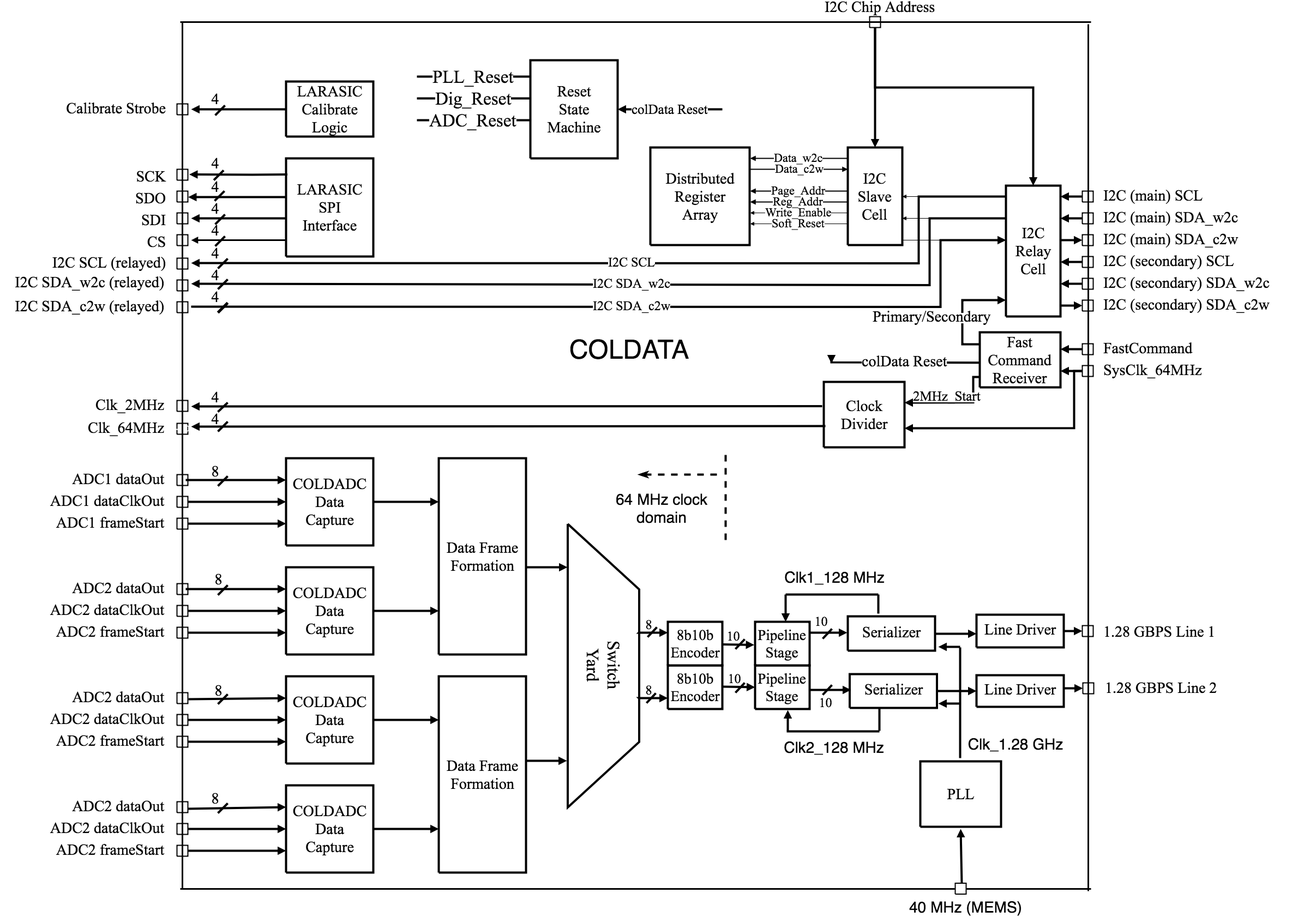
Above: graphics/sp-tpcelec-COLDATA-block-diagram.png in DUNE/dune-tdr (draw.io), before the change. Source tidied: cells renumbered, new cells last; positions are measured from the earlier drawing's top-left corner, leaving out a move shared by most shapes.
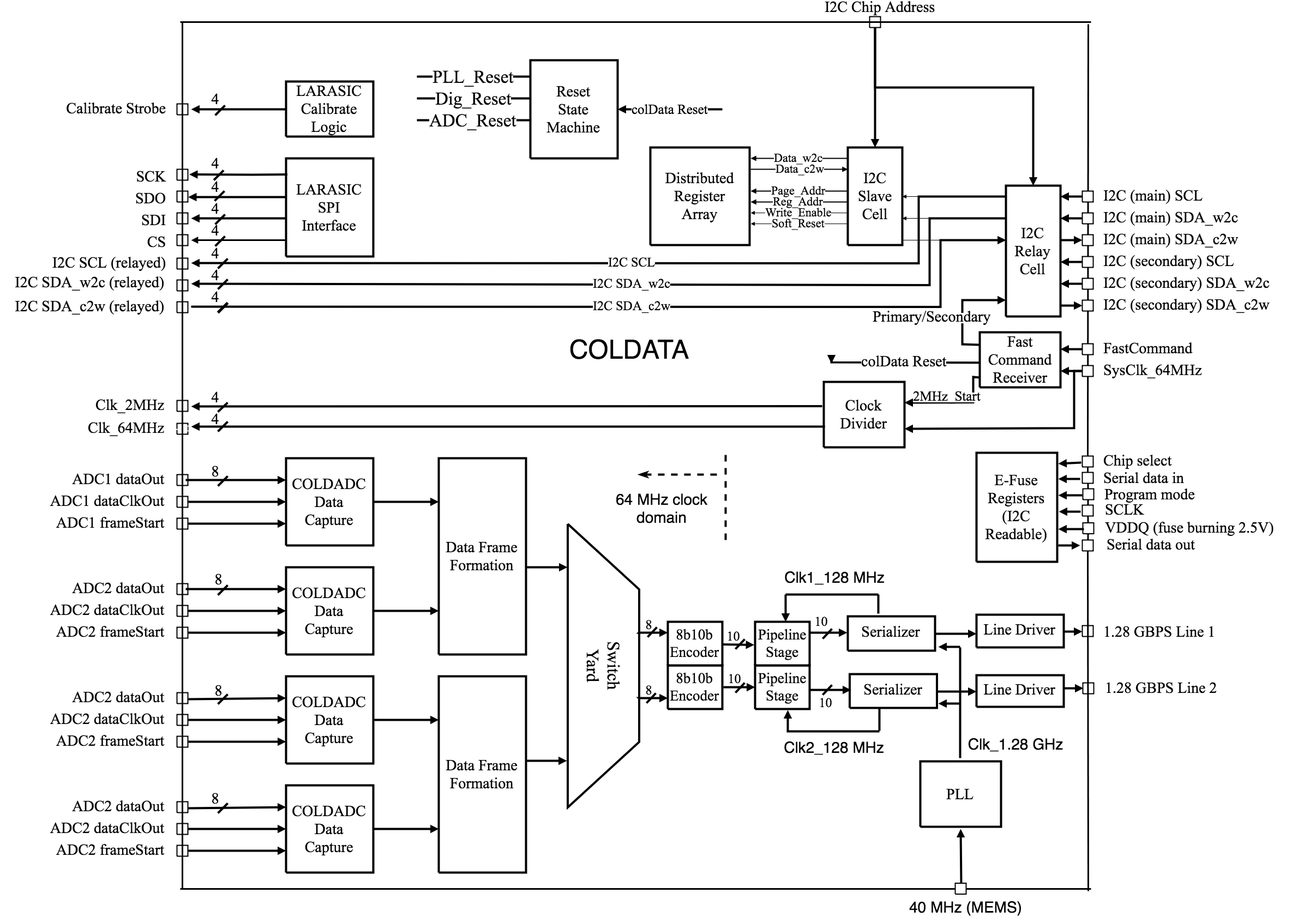
After the change.

Commit message:
New COLDATA block diagram figure for SP TPC Electronics chapter

What changed in the source:
```diff
@@ -2,6 +2,11 @@
   <root>
     <mxCell id="0" />
     <mxCell id="1" parent="0" />
+    <mxCell id="180" style="endArrow=none;html=1;strokeColor=#000000;strokeWidth=3;" parent="1" edge="1" source="239">
+      <mxGeometry relative="1" as="geometry">
+        <mxPoint x="1995" y="44" as="targetPoint" />
+      </mxGeometry>
+    </mxCell>
     <mxCell id="2" style="verticalAlign=middle;align=center;vsdxID=1;fillColor=#FFFFFF;gradientColor=none;shape=(stored shape, 160 characters);strokeColor=#000000;strokeWidth=2;labelBackgroundColor=none;rounded=0;html=1;whiteSpace=wrap;" parent="1" vertex="1">
       <mxGeometry x="1594" y="30" width="20" height="20" as="geometry" />
     </mxCell>
@@ -717,12 +722,6 @@
         <mxPoint x="2000" y="40" as="targetPoint" />
       </mxGeometry>
     </mxCell>
-    <mxCell id="180" style="endArrow=none;html=1;strokeColor=#000000;strokeWidth=3;" parent="1" edge="1">
-      <mxGeometry relative="1" as="geometry">
-        <mxPoint x="1995" y="1634" as="sourcePoint" />
-        <mxPoint x="1995" y="44" as="targetPoint" />
-      </mxGeometry>
-    </mxCell>
     <mxCell id="181" style="endArrow=none;html=1;strokeColor=#000000;strokeWidth=3;" parent="1" edge="1">
       <mxGeometry relative="1" as="geometry">
         <mxPoint x="330" y="1630" as="sourcePoint" />
@@ -929,5 +928,98 @@
     <mxCell id="227" value="&lt;font style=&quot;font-family: &amp;#34;calibri&amp;#34; ; direction: ltr ; letter-spacing: 0px ; line-height: 120% ; opacity: 1&quot;&gt;&lt;font style=&quot;font-size: 28px&quot;&gt;4&lt;/font&gt;&lt;br&gt;&lt;/font&gt;" style="verticalAlign=middle;align=center;vsdxID=171;fillColor=none;gradientColor=none;shape=(stored shape, 160 characters);strokeColor=none;labelBackgroundColor=none;rounded=0;html=1;whiteSpace=wrap;" parent="1" vertex="1">
       <mxGeometry x="384" y="496" width="20" height="20" as="geometry" />
     </mxCell>
+    <mxCell id="228" value="&lt;font style=&quot;font-size: 28px ; font-family: &amp;#34;calibri&amp;#34; ; direction: ltr ; letter-spacing: 0px ; line-height: 120% ; opacity: 1&quot;&gt;E-Fuse Registers (I2C Readable)&lt;br&gt;&lt;/font&gt;" style="verticalAlign=middle;align=center;vsdxID=31;fillColor=#FFFFFF;gradientColor=none;shape=(stored shape, 160 characters);strokeColor=#000000;labelBackgroundColor=none;rounded=0;html=1;whiteSpace=wrap;strokeWidth=4;" parent="1" vertex="1">
+      <mxGeometry x="1790" y="830" width="148" height="200" as="geometry" />
+    </mxCell>
+    <mxCell id="229" style="verticalAlign=middle;align=center;vsdxID=19;fillColor=#FFFFFF;gradientColor=none;shape=(stored shape, 160 characters);strokeColor=#000000;strokeWidth=2;labelBackgroundColor=none;rounded=0;html=1;whiteSpace=wrap;" parent="1" vertex="1">
+      <mxGeometry x="1984" y="866" width="20" height="20" as="geometry" />
+    </mxCell>
+    <mxCell id="230" style="endArrow=none;html=1;strokeColor=#000000;strokeWidth=3;" parent="1" edge="1" source="231" target="229">
+      <mxGeometry relative="1" as="geometry" />
+    </mxCell>
+    <mxCell id="231" style="verticalAlign=middle;align=center;vsdxID=19;fillColor=#FFFFFF;gradientColor=none;shape=(stored shape, 160 characters);strokeColor=#000000;strokeWidth=2;labelBackgroundColor=none;rounded=0;html=1;whiteSpace=wrap;" parent="1" vertex="1">
+      <mxGeometry x="1985" y="896" width="20" height="20" as="geometry" />
+    </mxCell>
+    <mxCell id="232" style="endArrow=none;html=1;strokeColor=#000000;strokeWidth=3;" parent="1" edge="1" source="233" target="231">
+      <mxGeometry relative="1" as="geometry" />
+    </mxCell>
+    <mxCell id="233" style="verticalAlign=middle;align=center;vsdxID=19;fillColor=#FFFFFF;gradientColor=none;shape=(stored shape, 160 characters);strokeColor=#000000;strokeWidth=2;labelBackgroundColor=none;rounded=0;html=1;whiteSpace=wrap;" parent="1" vertex="1">
+      <mxGeometry x="1984" y="926" width="20" height="20" as="geometry" />
+    </mxCell>
+    <mxCell id="234" style="endArrow=none;html=1;strokeColor=#000000;strokeWidth=3;" parent="1" edge="1" source="235" target="233">
+      <mxGeometry relative="1" as="geometry" />
+    </mxCell>
+    <mxCell id="235" style="verticalAlign=middle;align=center;vsdxID=19;fillColor=#FFFFFF;gradientColor=none;shape=(stored shape, 160 characters);strokeColor=#000000;strokeWidth=2;labelBackgroundColor=none;rounded=0;html=1;whiteSpace=wrap;" parent="1" vertex="1">
+      <mxGeometry x="1985" y="958.5" width="20" height="20" as="geometry" />
+    </mxCell>
+    <mxCell id="236" style="endArrow=none;html=1;strokeColor=#000000;strokeWidth=3;" parent="1" edge="1" source="237" target="235">
+      <mxGeometry relative="1" as="geometry" />
+    </mxCell>
+    <mxCell id="237" style="verticalAlign=middle;align=center;vsdxID=19;fillColor=#FFFFFF;gradientColor=none;shape=(stored shape, 160 characters);strokeColor=#000000;strokeWidth=2;labelBackgroundColor=none;rounded=0;html=1;whiteSpace=wrap;" parent="1" vertex="1">
+      <mxGeometry x="1984" y="990" width="20" height="20" as="geometry" />
+    </mxCell>
+    <mxCell id="238" style="endArrow=none;html=1;strokeColor=#000000;strokeWidth=3;" parent="1" edge="1" target="237">
+      <mxGeometry relative="1" as="geometry">
+        <mxPoint x="1995" y="1634" as="sourcePoint" />
+      </mxGeometry>
+    </mxCell>
+    <mxCell id="239" style="verticalAlign=middle;align=center;vsdxID=19;fillColor=#FFFFFF;gradientColor=none;shape=(stored shape, 160 characters);strokeColor=#000000;strokeWidth=2;labelBackgroundColor=none;rounded=0;html=1;whiteSpace=wrap;" parent="1" vertex="1">
+      <mxGeometry x="1984" y="836" width="20" height="20" as="geometry" />
+    </mxCell>
+    <mxCell id="240" style="endArrow=none;html=1;strokeColor=#000000;strokeWidth=3;" parent="1" edge="1" source="229" target="239">
+      <mxGeometry relative="1" as="geometry" />
+    </mxCell>
+    <mxCell id="241" style="vsdxID=51;edgeStyle=none;startArrow=block;endArrow=none;startSize=5;endSize=5;strokeColor=#000000;spacingTop=0;spacingBottom=0;spacingLeft=0;spacingRight=0;verticalAlign=middle;html=1;labelBackgroundColor=#ffffff;rounded=0;strokeWidth=4;" parent="1" edge="1">
+      <mxGeometry relative="1" as="geometry">
+        <mxPoint x="1980" y="1000" as="sourcePoint" />
+        <mxPoint x="1940" y="1000" as="targetPoint" />
+      </mxGeometry>
+    </mxCell>
+    <mxCell id="242" style="vsdxID=46;edgeStyle=none;startArrow=none;endArrow=block;startSize=5;endSize=5;strokeColor=#000000;spacingTop=0;spacingBottom=0;spacingLeft=0;spacingRight=0;verticalAlign=middle;html=1;labelBackgroundColor=#ffffff;rounded=0;strokeWidth=4;exitX=-0.133;exitY=0.617;exitDx=0;exitDy=0;exitPerimeter=0;" parent="1" edge="1" source="239">
+      <mxGeometry relative="1" as="geometry">
+        <mxPoint x="1940" y="850" as="targetPoint" />
+      </mxGeometry>
+    </mxCell>
+    <mxCell id="243" style="vsdxID=46;edgeStyle=none;startArrow=none;endArrow=block;startSize=5;endSize=5;strokeColor=#000000;spacingTop=0;spacingBottom=0;spacingLeft=0;spacingRight=0;verticalAlign=middle;html=1;labelBackgroundColor=#ffffff;rounded=0;strokeWidth=4;" parent="1" edge="1">
+      <mxGeometry relative="1" as="geometry">
+        <mxPoint x="1980" y="878" as="sourcePoint" />
+        <mxPoint x="1940" y="878" as="targetPoint" />
+      </mxGeometry>
+    </mxCell>
+    <mxCell id="244" style="vsdxID=46;edgeStyle=none;startArrow=none;endArrow=block;startSize=5;endSize=5;strokeColor=#000000;spacingTop=0;spacingBottom=0;spacingLeft=0;spacingRight=0;verticalAlign=middle;html=1;labelBackgroundColor=#ffffff;rounded=0;strokeWidth=4;exitX=-0.017;exitY=0.617;exitDx=0;exitDy=0;exitPerimeter=0;" parent="1" edge="1" source="231">
+      <mxGeometry relative="1" as="geometry">
+        <mxPoint x="1940" y="908" as="targetPoint" />
+      </mxGeometry>
+    </mxCell>
+    <mxCell id="245" style="vsdxID=46;edgeStyle=none;startArrow=none;endArrow=block;startSize=5;endSize=5;strokeColor=#000000;spacingTop=0;spacingBottom=0;spacingLeft=0;spacingRight=0;verticalAlign=middle;html=1;labelBackgroundColor=#ffffff;rounded=0;strokeWidth=4;" parent="1" edge="1">
+      <mxGeometry relative="1" as="geometry">
+        <mxPoint x="1981" y="938" as="sourcePoint" />
+        <mxPoint x="1941" y="938" as="targetPoint" />
+      </mxGeometry>
+    </mxCell>
+    <mxCell id="246" style="vsdxID=46;edgeStyle=none;startArrow=none;endArrow=block;startSize=5;endSize=5;strokeColor=#000000;spacingTop=0;spacingBottom=0;spacingLeft=0;spacingRight=0;verticalAlign=middle;html=1;labelBackgroundColor=#ffffff;rounded=0;strokeWidth=4;" parent="1" edge="1">
+      <mxGeometry relative="1" as="geometry">
+        <mxPoint x="1987" y="970" as="sourcePoint" />
+        <mxPoint x="1940" y="970" as="targetPoint" />
+      </mxGeometry>
+    </mxCell>
+    <mxCell id="247" value="&lt;p style=&quot;margin-left: 0 ; margin-right: 0 ; margin-top: 0px ; margin-bottom: 0px ; text-indent: 0 ; direction: ltr&quot;&gt;&lt;font style=&quot;font-family: &amp;#34;calibri&amp;#34; ; direction: ltr ; letter-spacing: 0px ; line-height: 120% ; opacity: 1&quot;&gt;&lt;font style=&quot;font-size: 28px&quot;&gt;Chip select&lt;/font&gt;&lt;br&gt;&lt;/font&gt;&lt;/p&gt;" style="verticalAlign=middle;align=left;vsdxID=5;fillColor=none;gradientColor=none;shape=(stored shape, 160 characters);strokeColor=none;labelBackgroundColor=none;rounded=0;html=1;whiteSpace=wrap;" parent="1" vertex="1">
+      <mxGeometry x="2021" y="832" width="151" height="28" as="geometry" />
+    </mxCell>
+    <mxCell id="248" value="&lt;p style=&quot;margin-left: 0 ; margin-right: 0 ; margin-top: 0px ; margin-bottom: 0px ; text-indent: 0 ; direction: ltr&quot;&gt;&lt;font style=&quot;font-family: &amp;#34;calibri&amp;#34; ; direction: ltr ; letter-spacing: 0px ; line-height: 120% ; opacity: 1&quot;&gt;&lt;font style=&quot;font-size: 28px&quot;&gt;Serial data in&lt;/font&gt;&lt;br&gt;&lt;/font&gt;&lt;/p&gt;" style="verticalAlign=middle;align=left;vsdxID=5;fillColor=none;gradientColor=none;shape=(stored shape, 160 characters);strokeColor=none;labelBackgroundColor=none;rounded=0;html=1;whiteSpace=wrap;" parent="1" vertex="1">
+      <mxGeometry x="2021" y="864" width="151" height="28" as="geometry" />
+    </mxCell>
+    <mxCell id="249" value="&lt;p style=&quot;margin-left: 0 ; margin-right: 0 ; margin-top: 0px ; margin-bottom: 0px ; text-indent: 0 ; direction: ltr&quot;&gt;&lt;font style=&quot;font-family: &amp;#34;calibri&amp;#34; ; direction: ltr ; letter-spacing: 0px ; line-height: 120% ; opacity: 1&quot;&gt;&lt;font style=&quot;font-size: 28px&quot;&gt;Program mode&lt;/font&gt;&lt;br&gt;&lt;/font&gt;&lt;/p&gt;" style="verticalAlign=middle;align=left;vsdxID=5;fillColor=none;gradientColor=none;shape=(stored shape, 160 characters);strokeColor=none;labelBackgroundColor=none;rounded=0;html=1;whiteSpace=wrap;" parent="1" vertex="1">
+      <mxGeometry x="2023" y="894" width="206" height="28" as="geometry" />
+    </mxCell>
+    <mxCell id="250" value="&lt;p style=&quot;margin-left: 0 ; margin-right: 0 ; margin-top: 0px ; margin-bottom: 0px ; text-indent: 0 ; direction: ltr&quot;&gt;&lt;font style=&quot;font-family: &amp;#34;calibri&amp;#34; ; direction: ltr ; letter-spacing: 0px ; line-height: 120% ; opacity: 1&quot;&gt;&lt;font style=&quot;font-size: 28px&quot;&gt;SCLK&lt;/font&gt;&lt;br&gt;&lt;/font&gt;&lt;/p&gt;" style="verticalAlign=middle;align=left;vsdxID=5;fillColor=none;gradientColor=none;shape=(stored shape, 160 characters);strokeColor=none;labelBackgroundColor=none;rounded=0;html=1;whiteSpace=wrap;" parent="1" vertex="1">
+      <mxGeometry x="2024" y="922" width="151" height="28" as="geometry" />
+    </mxCell>
+    <mxCell id="251" value="&lt;p style=&quot;margin-left: 0 ; margin-right: 0 ; margin-top: 0px ; margin-bottom: 0px ; text-indent: 0 ; direction: ltr&quot;&gt;&lt;font style=&quot;font-family: &amp;#34;calibri&amp;#34; ; direction: ltr ; letter-spacing: 0px ; line-height: 120% ; opacity: 1&quot;&gt;&lt;font style=&quot;font-size: 28px&quot;&gt;VDDQ (fuse burning 2.5V)&lt;/font&gt;&lt;br&gt;&lt;/font&gt;&lt;/p&gt;" style="verticalAlign=middle;align=left;vsdxID=5;fillColor=none;gradientColor=none;shape=(stored shape, 160 characters);strokeColor=none;labelBackgroundColor=none;rounded=0;html=1;whiteSpace=wrap;" parent="1" vertex="1">
+      <mxGeometry x="2024" y="955" width="336" height="28" as="geometry" />
+    </mxCell>
+    <mxCell id="252" value="&lt;p style=&quot;margin-left: 0 ; margin-right: 0 ; margin-top: 0px ; margin-bottom: 0px ; text-indent: 0 ; direction: ltr&quot;&gt;&lt;font style=&quot;font-family: &amp;#34;calibri&amp;#34; ; direction: ltr ; letter-spacing: 0px ; line-height: 120% ; opacity: 1&quot;&gt;&lt;font style=&quot;font-size: 28px&quot;&gt;Serial data out&lt;/font&gt;&lt;br&gt;&lt;/font&gt;&lt;/p&gt;" style="verticalAlign=middle;align=left;vsdxID=5;fillColor=none;gradientColor=none;shape=(stored shape, 160 characters);strokeColor=none;labelBackgroundColor=none;rounded=0;html=1;whiteSpace=wrap;" parent="1" vertex="1">
+      <mxGeometry x="2027" y="986" width="240" height="28" as="geometry" />
+    </mxCell>
   </root>
 </mxGraphModel>
```
